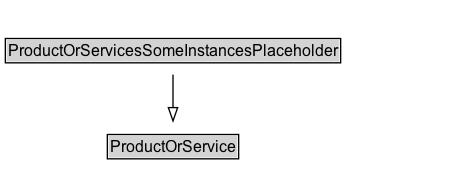
k-vaughn/ontology-import-gr keeps this Graphviz diagram as docs/diagrams/ProductOrServicesSomeInstancesPlaceholder.dot.png. Above is the earlier version. Its source is kept beside it as docs/diagrams/ProductOrServicesSomeInstancesPlaceholder.dot.
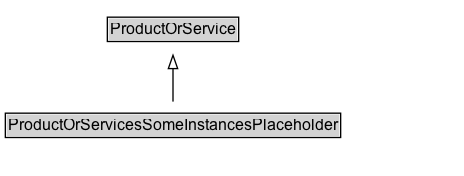
The same file after the commit.

The edit, as a diff of the source:
```diff
@@ -2,6 +2,10 @@
 	graph [overlap=false rankdir=TB splines=true]
 	node [fontname=Arial fontsize=12 margin=0 shape=none]
 	edge [fontname=Arial fontsize=11]
+	{
+		rank=source
+		ProductOrService [label=<<TABLE BORDER="1" CELLBORDER="0" CELLSPACING="0" CELLPADDING="1"><TR><TD BGCOLOR="lightgray" ALIGN="CENTER">ProductOrService</TD></TR></TABLE>> URL="../ProductOrService" margin=0]
+	}
 	ProductOrServicesSomeInstancesPlaceholder [label=<<TABLE BORDER="1" CELLBORDER="0" CELLSPACING="0" CELLPADDING="1"><TR><TD BGCOLOR="lightgray" ALIGN="CENTER">ProductOrServicesSomeInstancesPlaceholder</TD></TR></TABLE>> URL="../ProductOrServicesSomeInstancesPlaceholder" margin=0]
 	{
 		rank=max
@@ -10,6 +14,5 @@
 		label="" style=invis
 		Invis [label=<<TABLE BORDER="0" CELLBORDER="0" CELLSPACING="0" CELLPADDING="1"><TR><TD></TD></TR></TABLE>> margin=0 style=invis]
 	}
-	ProductOrService [label=<<TABLE BORDER="1" CELLBORDER="0" CELLSPACING="0" CELLPADDING="1"><TR><TD BGCOLOR="lightgray" ALIGN="CENTER">ProductOrService</TD></TR></TABLE>> URL="../ProductOrService" margin=0]
 	ProductOrServicesSomeInstancesPlaceholder -> ProductOrService [arrowhead=onormal style=solid]
 }
```
